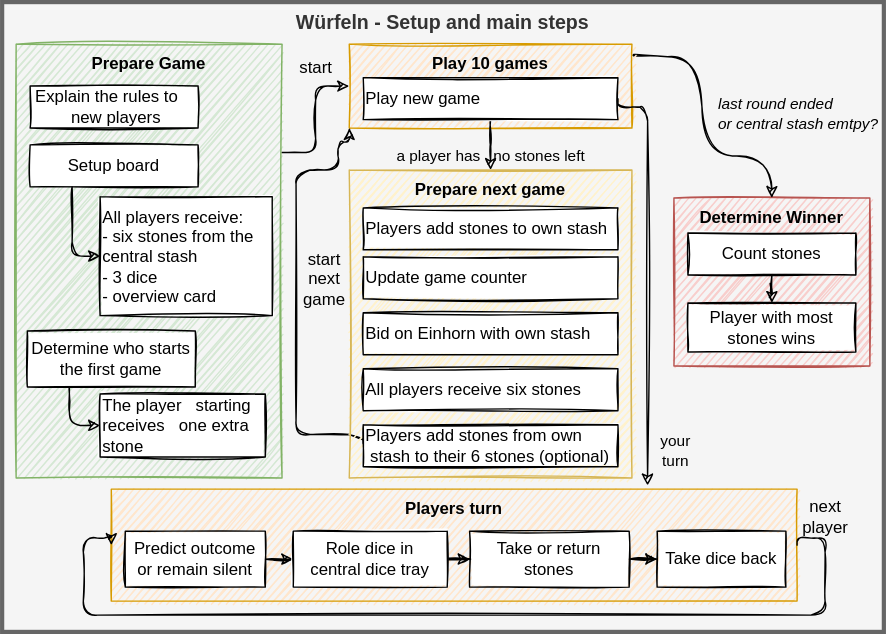
This is make/games/wuerfeln.drawio.svg from sonj4ev4/FullByte.github.io, a draw.io export, as it was before one commit. Source tidied: cells renumbered, new cells last; positions are measured from the earlier drawing's top-left corner, leaving out a move shared by most shapes.
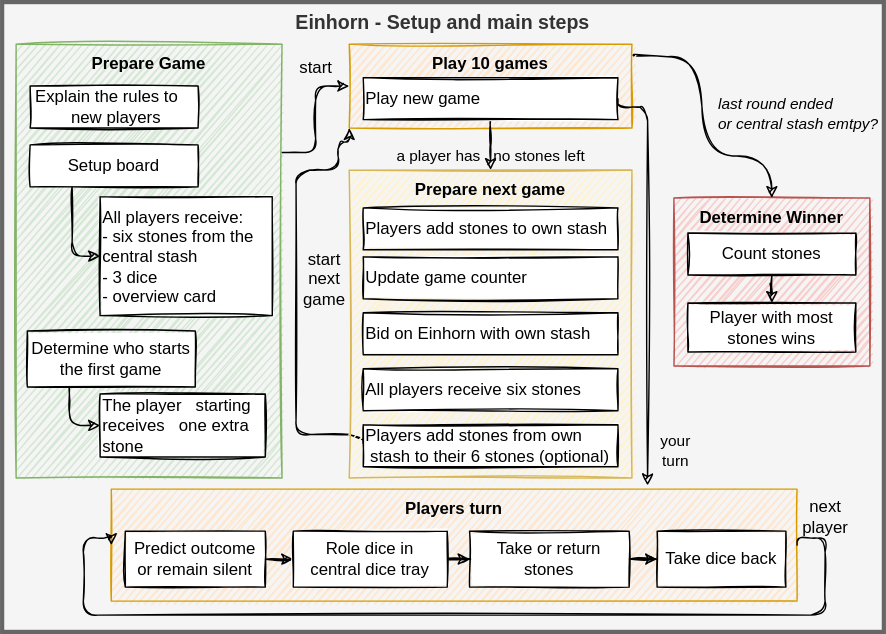
Above is the later version.

Change to the diagram source:
```diff
@@ -2,7 +2,7 @@
   <root>
     <mxCell id="0" />
     <mxCell id="1" parent="0" />
-    <mxCell id="2" value="Würfeln - Setup and main steps" style="rounded=0;whiteSpace=wrap;html=1;sketch=0;fontSize=14;align=center;verticalAlign=top;strokeWidth=3;fontStyle=1;fontFamily=Helvetica;fillColor=#f5f5f5;strokeColor=#666666;fontColor=#333333;" parent="1" vertex="1">
+    <mxCell id="2" value="Einhorn - Setup and main steps" style="rounded=0;whiteSpace=wrap;html=1;sketch=0;fontSize=14;align=center;verticalAlign=top;strokeWidth=3;fontStyle=1;fontFamily=Helvetica;fillColor=#f5f5f5;strokeColor=#666666;fontColor=#333333;" parent="1" vertex="1">
       <mxGeometry width="630" height="450" as="geometry" />
     </mxCell>
     <mxCell id="3" value="Determine Winner" style="whiteSpace=wrap;html=1;verticalAlign=top;fontStyle=1;fillColor=#f8cecc;strokeColor=#b85450;sketch=1;fontSize=12;" parent="1" vertex="1">
```
